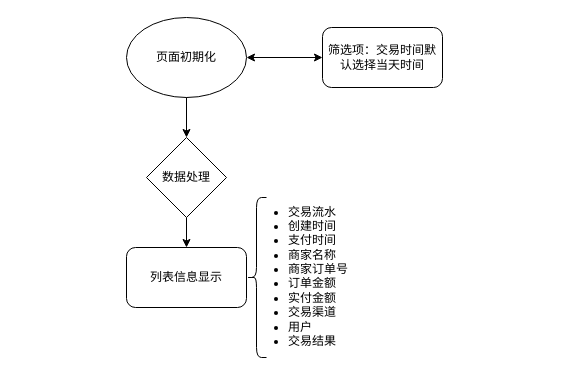
Earlier version of the draw.io diagram Untitled Diagram.drawio (webgaochao/bidianwm). Source tidied: cells renumbered, new cells numbered last; positions are measured from the earlier drawing's top-left corner, leaving out a move shared by most shapes. Both pictures are drawn from the tidied source at 100%, with x=0, y=0 at pixel (126, 17).
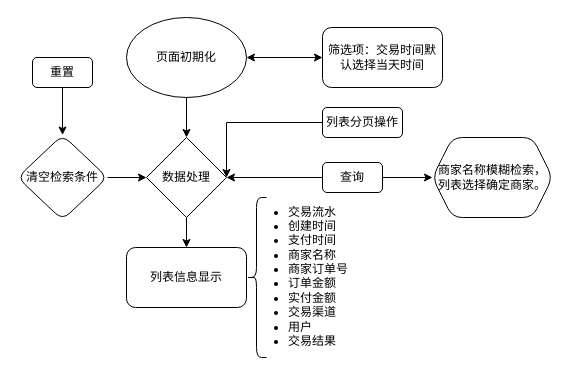
Above is the later version.

Unchanged cells that the change refers to:
```xml
<mxCell id="8" value="数据处理" style="rhombus;whiteSpace=wrap;html=1;" parent="1" vertex="1">
  <mxGeometry x="20" y="120" width="80" height="80" as="geometry" />
</mxCell>
```

The edit, as a diff of the source:
```diff
@@
+    <mxCell id="11" style="edgeStyle=orthogonalEdgeStyle;rounded=0;jettySize=auto;html=1;" parent="1" edge="1" source="13" target="8">
+      <mxGeometry relative="1" as="geometry" />
+    </mxCell>
+    <mxCell id="12" style="edgeStyle=orthogonalEdgeStyle;rounded=0;jettySize=auto;html=1;" parent="1" edge="1" source="13" target="20">
+      <mxGeometry relative="1" as="geometry" />
+    </mxCell>
+    <mxCell id="13" value="查询" style="rounded=1;whiteSpace=wrap;html=1;" parent="1" vertex="1">
+      <mxGeometry x="196" y="145" width="60" height="30" as="geometry" />
+    </mxCell>
+    <mxCell id="14" style="edgeStyle=orthogonalEdgeStyle;rounded=0;jettySize=auto;html=1;" parent="1" edge="1" source="15" target="17">
+      <mxGeometry relative="1" as="geometry" />
+    </mxCell>
+    <mxCell id="15" value="重置" style="rounded=1;whiteSpace=wrap;html=1;" parent="1" vertex="1">
+      <mxGeometry x="-94" y="40" width="60" height="30" as="geometry" />
+    </mxCell>
+    <mxCell id="16" style="edgeStyle=orthogonalEdgeStyle;rounded=0;jettySize=auto;html=1;exitX=1;exitY=0.5;exitDx=0;exitDy=0;" parent="1" edge="1" source="17" target="8">
+      <mxGeometry relative="1" as="geometry" />
+    </mxCell>
+    <mxCell id="17" value="清空检索条件" style="rhombus;whiteSpace=wrap;html=1;rounded=1;" parent="1" vertex="1">
+      <mxGeometry x="-109" y="117.5" width="90" height="85" as="geometry" />
+    </mxCell>
+    <mxCell id="18" value="列表分页操作" style="rounded=1;whiteSpace=wrap;html=1;" parent="1" vertex="1">
+      <mxGeometry x="196" y="90" width="80" height="30" as="geometry" />
+    </mxCell>
+    <mxCell id="19" style="edgeStyle=segmentEdgeStyle;endArrow=classic;html=1;rounded=0;exitX=0;exitY=0.5;exitDx=0;exitDy=0;entryX=1;entryY=0.5;entryDx=0;entryDy=0;" parent="1" edge="1" source="18" target="8">
+      <mxGeometry relative="1" as="geometry" />
+    </mxCell>
+    <mxCell id="20" value="商家名称模糊检索，列表选择确定商家。" style="shape=hexagon;perimeter=hexagonPerimeter2;whiteSpace=wrap;html=1;fixedSize=1;rounded=1;" parent="1" vertex="1">
+      <mxGeometry x="306" y="120" width="120" height="80" as="geometry" />
+    </mxCell>
```
